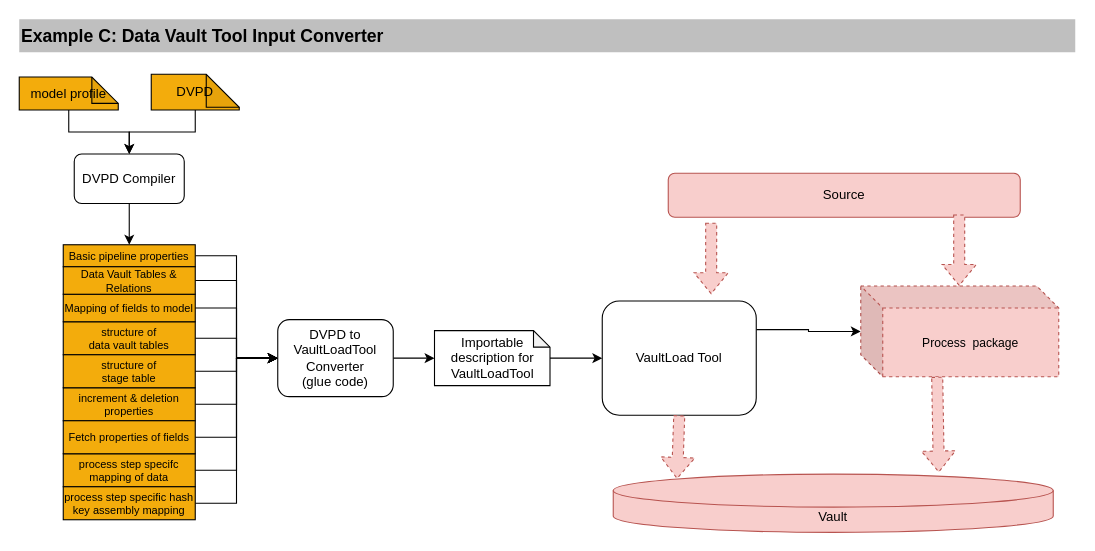
The draw.io diagram documentation/images/dvdp_based_processing_example_workflow_c.drawio in cimt-ag/data_vault_pipelinedescription, before the edit. Source tidied: cells renumbered, new cells numbered last; positions are measured from the earlier drawing's top-left corner, leaving out a move shared by most shapes. Both pictures are drawn from the tidied source at 110%, with x=0, y=0 at pixel (19, 19).
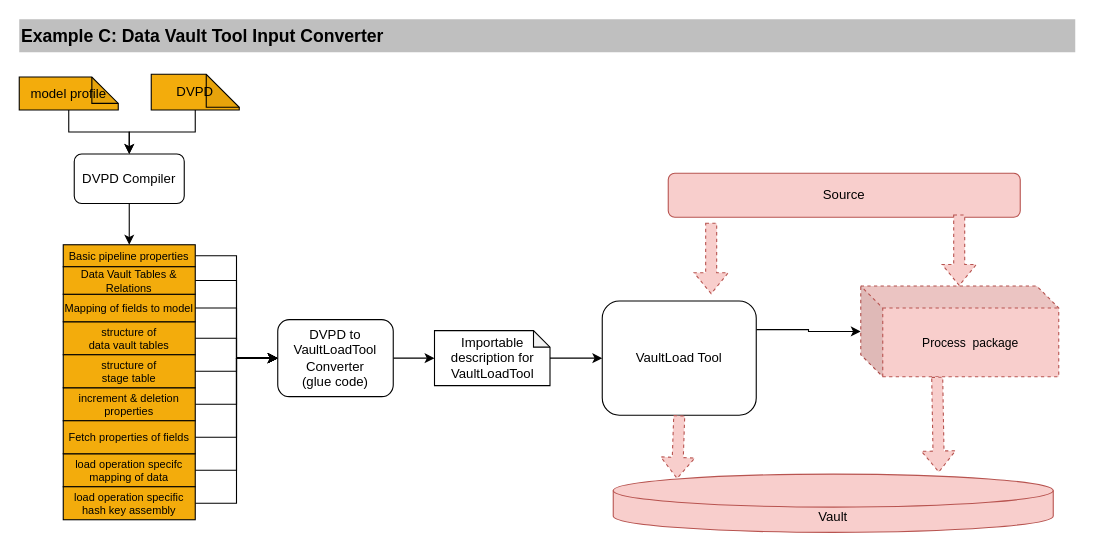
Above is the later version.

Commit message (it also covers changes not shown here):
Completed Final review of development workflow scenarios

Diff of the diagram source:
```diff
@@
-    <mxCell id="18" value="process step specifc mapping of data" style="rounded=0;whiteSpace=wrap;html=1;fillColor=#F3AC0C;gradientColor=none;fontSize=10;" parent="1" vertex="1">
+    <mxCell id="18" value="load operation specifc mapping of data" style="rounded=0;whiteSpace=wrap;html=1;fillColor=#F3AC0C;gradientColor=none;fontSize=10;" parent="1" vertex="1">
       <mxGeometry x="40" y="395" width="120" height="30" as="geometry" />
     </mxCell>
@@
-    <mxCell id="22" value="process step specific hash key assembly mapping" style="rounded=0;whiteSpace=wrap;html=1;fillColor=#F3AC0C;gradientColor=none;fontSize=10;" parent="1" vertex="1">
+    <mxCell id="22" value="load operation specific hash key assembly" style="rounded=0;whiteSpace=wrap;html=1;fillColor=#F3AC0C;gradientColor=none;fontSize=10;" parent="1" vertex="1">
       <mxGeometry x="40" y="425" width="120" height="30" as="geometry" />
     </mxCell>
```
